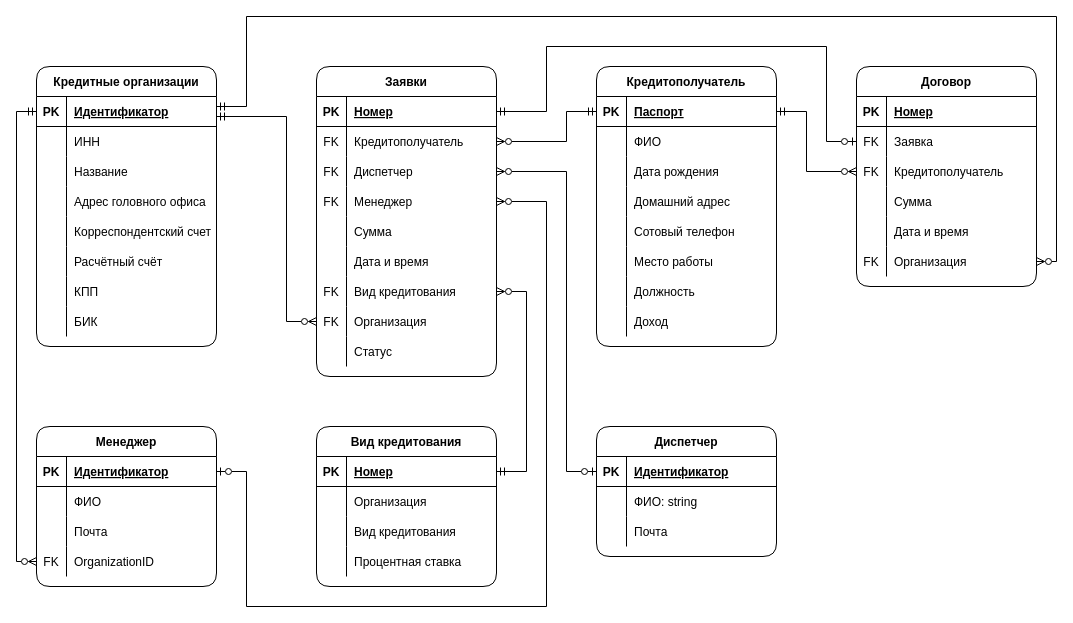
sothug/Loan-applications keeps this draw.io diagram as Diagrams/Entity Relationship.drawio. Above is the earlier version. Source tidied: cells renumbered, new cells numbered last; positions are measured from the earlier drawing's top-left corner, leaving out a move shared by most shapes. Both pictures are drawn from the tidied source at 100%, with x=0, y=0 at pixel (-4, 16).
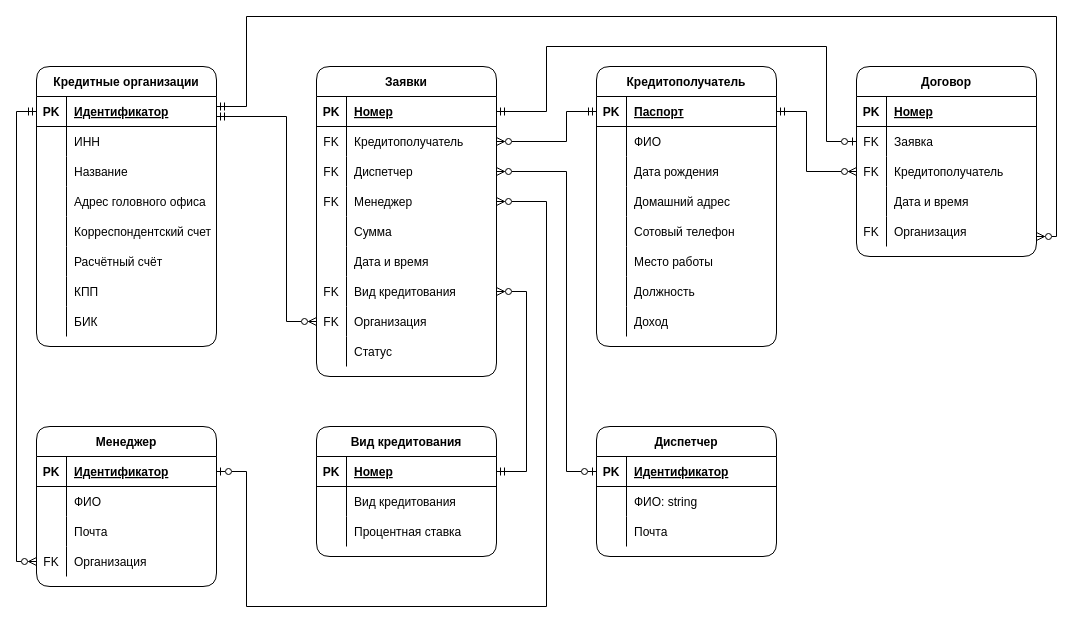
Above is the later version.

Unchanged cells that the change refers to:
```xml
<mxCell id="3" style="shape=partialRectangle;fillColor=none;top=0;left=0;bottom=1;right=0;points=[[0,0.5],[1,0.5]];portConstraint=eastwest;strokeWidth=1;" parent="2" vertex="1">
  <mxGeometry y="30" width="180" height="30" as="geometry" />
</mxCell>
<mxCell id="106" style="shape=partialRectangle;fillColor=none;top=0;left=0;bottom=0;right=0;points=[[0,0.5],[1,0.5]];portConstraint=eastwest;" parent="96" vertex="1">
  <mxGeometry y="120" width="180" height="30" as="geometry" />
</mxCell>
```

Diff of the diagram source:
```diff
@@
     <mxCell id="27" value="Вид кредитования" style="shape=table;startSize=30;childLayout=tableLayout;rowLines=0;fontStyle=1;align=center;rounded=1;" parent="1" vertex="1">
-      <mxGeometry x="320" y="410" width="180" height="160" as="geometry" />
+      <mxGeometry x="320" y="410" width="180" height="130" as="geometry" />
     </mxCell>
@@
-    <mxCell id="31" style="shape=partialRectangle;fillColor=none;top=0;left=0;bottom=0;right=0;rounded=1;" parent="27" vertex="1">
-      <mxGeometry y="60" width="180" height="30" as="geometry" />
-    </mxCell>
-    <mxCell id="32" style="shape=partialRectangle;fillColor=none;top=0;left=0;bottom=0;right=0;overflow=hidden;rounded=1;" parent="31" vertex="1">
-      <mxGeometry width="30" height="30" as="geometry" />
-    </mxCell>
-    <mxCell id="33" value="Организация" style="shape=partialRectangle;fillColor=none;top=0;left=0;bottom=0;right=0;align=left;spacingLeft=6;overflow=hidden;rounded=1;" parent="31" vertex="1">
-      <mxGeometry x="30" width="150" height="30" as="geometry" />
-    </mxCell>
     <mxCell id="34" style="shape=partialRectangle;fillColor=none;top=0;left=0;bottom=0;right=0;rounded=1;" parent="27" vertex="1">
-      <mxGeometry y="90" width="180" height="30" as="geometry" />
+      <mxGeometry y="60" width="180" height="30" as="geometry" />
     </mxCell>
@@
     <mxCell id="37" style="shape=partialRectangle;fillColor=none;top=0;left=0;bottom=0;right=0;rounded=1;" parent="27" vertex="1">
-      <mxGeometry y="120" width="180" height="30" as="geometry" />
+      <mxGeometry y="90" width="180" height="30" as="geometry" />
     </mxCell>
@@
-    <mxCell id="108" value="OrganizationID" style="shape=partialRectangle;fillColor=none;top=0;left=0;bottom=0;right=0;align=left;spacingLeft=6;overflow=hidden;strokeColor=default;fontColor=default;" parent="106" vertex="1">
+    <mxCell id="108" value="Организация" style="shape=partialRectangle;fillColor=none;top=0;left=0;bottom=0;right=0;align=left;spacingLeft=6;overflow=hidden;strokeColor=default;fontColor=default;" parent="106" vertex="1">
       <mxGeometry x="30" width="150" height="30" as="geometry" />
     </mxCell>
@@
     <mxCell id="123" value="Договор" style="shape=table;startSize=30;childLayout=tableLayout;rowLines=0;fontStyle=1;align=center;rounded=1;fontColor=default;fillColor=default;strokeColor=default;" parent="1" vertex="1">
-      <mxGeometry x="860" y="50" width="180" height="220" as="geometry" />
+      <mxGeometry x="860" y="50" width="180" height="190" as="geometry" />
     </mxCell>
@@
-    <mxCell id="133" style="shape=partialRectangle;fillColor=none;top=0;left=0;bottom=0;right=0;rounded=1;" parent="123" vertex="1">
-      <mxGeometry y="120" width="180" height="30" as="geometry" />
-    </mxCell>
-    <mxCell id="134" style="shape=partialRectangle;fillColor=none;top=0;left=0;bottom=0;right=0;overflow=hidden;rounded=1;" parent="133" vertex="1">
-      <mxGeometry width="30" height="30" as="geometry" />
-    </mxCell>
-    <mxCell id="135" value="Сумма" style="shape=partialRectangle;fillColor=none;top=0;left=0;bottom=0;right=0;align=left;spacingLeft=6;overflow=hidden;rounded=1;" parent="133" vertex="1">
-      <mxGeometry x="30" width="150" height="30" as="geometry" />
-    </mxCell>
     <mxCell id="136" style="shape=partialRectangle;fillColor=none;top=0;left=0;bottom=0;right=0;rounded=1;" parent="123" vertex="1">
-      <mxGeometry y="150" width="180" height="30" as="geometry" />
+      <mxGeometry y="120" width="180" height="30" as="geometry" />
     </mxCell>
@@
     <mxCell id="139" style="shape=partialRectangle;fillColor=none;top=0;left=0;bottom=0;right=0;points=[[0,0.5],[1,0.5]];portConstraint=eastwest;rounded=1;" parent="123" vertex="1">
-      <mxGeometry y="180" width="180" height="30" as="geometry" />
+      <mxGeometry y="150" width="180" height="30" as="geometry" />
     </mxCell>
@@
     <mxCell id="144" style="edgeStyle=orthogonalEdgeStyle;rounded=0;jettySize=auto;html=1;endArrow=ERzeroToMany;endFill=0;startArrow=ERmandOne;startFill=0;" parent="1" edge="1" source="3" target="139">
       <mxGeometry relative="1" as="geometry">
         <Array as="points">
           <mxPoint x="250" y="90" />
           <mxPoint x="250" />
           <mxPoint x="1060" />
-          <mxPoint x="1060" y="245" />
+          <mxPoint x="1060" y="220" />
         </Array>
       </mxGeometry>
     </mxCell>
+    <mxCell id="145" style="edgeStyle=orthogonalEdgeStyle;rounded=0;jettySize=auto;html=1;" parent="1" edge="1" source="3">
+      <mxGeometry relative="1" as="geometry">
+        <Array as="points">
+          <mxPoint x="30" y="95" />
+          <mxPoint x="30" y="370" />
+          <mxPoint x="300" y="370" />
+          <mxPoint x="300" y="485" />
+        </Array>
+      </mxGeometry>
+    </mxCell>
```
